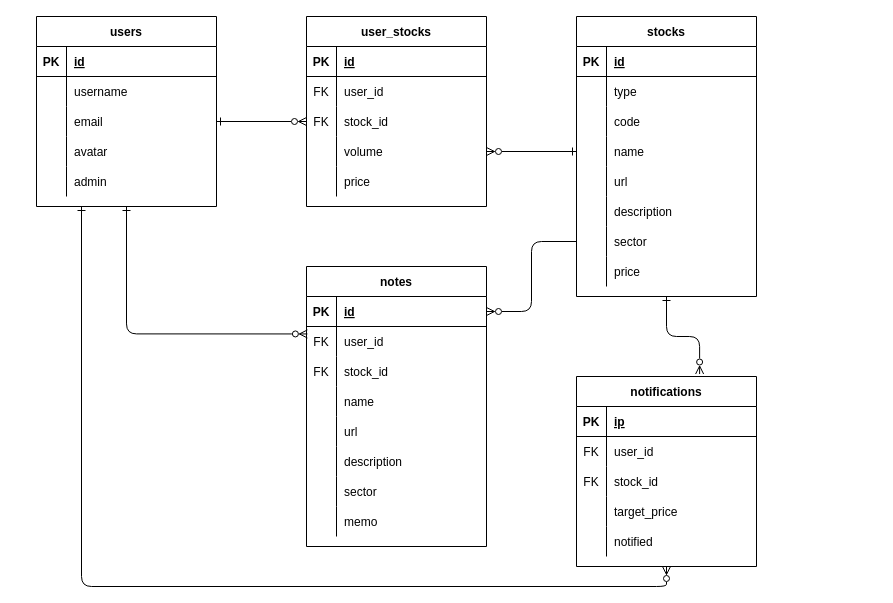
miya-ichi/TIL keeps this draw.io diagram as ポートフォリオ案/104note.drawio. Above is the earlier version. Source tidied: cells renumbered, new cells numbered last; positions are measured from the earlier drawing's top-left corner, leaving out a move shared by most shapes. Both pictures are drawn from the tidied source at 100%, with x=0, y=0 at pixel (36, 16).
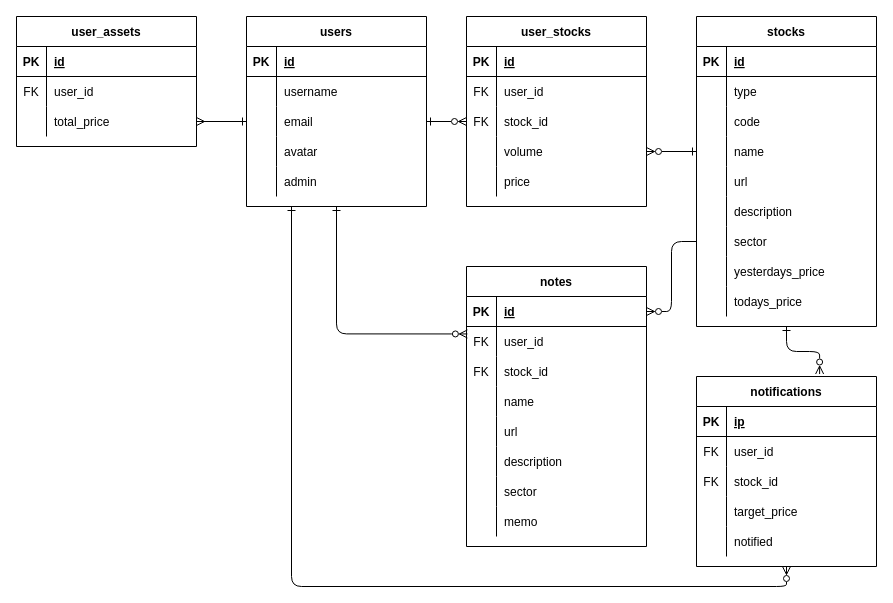
The same page after the edit.

Commit message (it also covers changes not shown here):
DB設計/エンドポイント・コントローラ設計を修正

Unchanged cells that the change refers to:
```xml
<mxCell id="11" style="shape=partialRectangle;fillColor=none;top=0;left=0;bottom=0;right=0;points=[[0,0.5],[1,0.5]];portConstraint=eastwest;fontSize=12;" parent="4" vertex="1">
  <mxGeometry y="90" width="180" height="30" as="geometry" />
</mxCell>
<mxCell id="43" style="shape=partialRectangle;fillColor=none;top=0;left=0;bottom=0;right=0;fontSize=12;" parent="21" vertex="1">
  <mxGeometry y="240" width="180" height="30" as="geometry" />
</mxCell>
```

Diff of the diagram source:
```diff
@@
     <mxCell id="3" style="edgeStyle=orthogonalEdgeStyle;html=1;exitX=0.25;exitY=1;exitDx=0;exitDy=0;entryX=0.5;entryY=1;entryDx=0;entryDy=0;fontSize=12;startArrow=ERone;startFill=0;endArrow=ERzeroToMany;endFill=0;strokeColor=default;" parent="1" edge="1" source="4" target="87">
       <mxGeometry relative="1" as="geometry">
         <Array as="points">
-          <mxPoint x="45" y="570" />
-          <mxPoint x="630" y="570" />
+          <mxPoint x="255" y="570" />
+          <mxPoint x="750" y="570" />
         </Array>
       </mxGeometry>
     </mxCell>
     <mxCell id="4" value="users" style="shape=table;startSize=30;childLayout=tableLayout;rowLines=0;fontStyle=1;align=center;fontSize=12;" parent="1" vertex="1">
-      <mxGeometry width="180" height="190" as="geometry" />
+      <mxGeometry x="210" width="180" height="190" as="geometry" />
     </mxCell>
@@
     <mxCell id="21" value="stocks" style="shape=table;startSize=30;childLayout=tableLayout;rowLines=0;fontStyle=1;align=center;fontSize=12;" parent="1" vertex="1">
-      <mxGeometry x="540" width="180" height="280" as="geometry" />
+      <mxGeometry x="660" width="180" height="310" as="geometry" />
     </mxCell>
@@
-    <mxCell id="44" style="shape=partialRectangle;fillColor=none;top=0;left=0;bottom=0;right=0;overflow=hidden;fontSize=12;" parent="43" vertex="1">
-      <mxGeometry width="30" height="30" as="geometry" />
-    </mxCell>
-    <mxCell id="45" value="price" style="shape=partialRectangle;fillColor=none;top=0;left=0;bottom=0;right=0;align=left;spacingLeft=6;overflow=hidden;fontSize=12;" parent="43" vertex="1">
-      <mxGeometry x="30" width="150" height="30" as="geometry" />
-    </mxCell>
+    <mxCell id="106" style="shape=partialRectangle;fillColor=none;top=0;left=0;bottom=0;right=0;overflow=hidden;fontSize=12;" parent="43" vertex="1">
+      <mxGeometry width="30" height="30" as="geometry" />
+    </mxCell>
+    <mxCell id="107" value="yesterdays_price" style="shape=partialRectangle;fillColor=none;top=0;left=0;bottom=0;right=0;align=left;spacingLeft=6;overflow=hidden;fontSize=12;" parent="43" vertex="1">
+      <mxGeometry x="30" width="150" height="30" as="geometry" />
+    </mxCell>
+    <mxCell id="108" style="shape=partialRectangle;fillColor=none;top=0;left=0;bottom=0;right=0;fontSize=12;" parent="21" vertex="1">
+      <mxGeometry y="270" width="180" height="30" as="geometry" />
+    </mxCell>
+    <mxCell id="109" style="shape=partialRectangle;fillColor=none;top=0;left=0;bottom=0;right=0;overflow=hidden;fontSize=12;" parent="108" vertex="1">
+      <mxGeometry width="30" height="30" as="geometry" />
+    </mxCell>
+    <mxCell id="110" value="todays_price" style="shape=partialRectangle;fillColor=none;top=0;left=0;bottom=0;right=0;align=left;spacingLeft=6;overflow=hidden;fontSize=12;" parent="108" vertex="1">
+      <mxGeometry x="30" width="150" height="30" as="geometry" />
+    </mxCell>
     <mxCell id="46" value="user_stocks" style="shape=table;startSize=30;childLayout=tableLayout;rowLines=0;fontStyle=1;align=center;fontSize=12;" parent="1" vertex="1">
-      <mxGeometry x="270" width="180" height="190" as="geometry" />
+      <mxGeometry x="430" width="180" height="190" as="geometry" />
     </mxCell>
@@
     <mxCell id="62" value="notes" style="shape=table;startSize=30;childLayout=tableLayout;rowLines=0;fontStyle=1;align=center;fontSize=12;" parent="1" vertex="1">
-      <mxGeometry x="270" y="250" width="180" height="280" as="geometry" />
+      <mxGeometry x="430" y="250" width="180" height="280" as="geometry" />
     </mxCell>
@@
     <mxCell id="87" value="notifications" style="shape=table;startSize=30;childLayout=tableLayout;rowLines=0;fontStyle=1;align=center;fontSize=12;" parent="1" vertex="1">
-      <mxGeometry x="540" y="360" width="180" height="190" as="geometry" />
+      <mxGeometry x="660" y="360" width="180" height="190" as="geometry" />
     </mxCell>
@@
+    <mxCell id="111" value="user_assets" style="shape=table;startSize=30;childLayout=tableLayout;rowLines=0;fontStyle=1;align=center;fontSize=12;" parent="1" vertex="1">
+      <mxGeometry x="-20" width="180" height="130" as="geometry" />
+    </mxCell>
+    <mxCell id="112" style="shape=partialRectangle;fillColor=none;top=0;left=0;bottom=1;right=0;fontSize=12;" parent="111" vertex="1">
+      <mxGeometry y="30" width="180" height="30" as="geometry" />
+    </mxCell>
+    <mxCell id="113" value="PK" style="shape=partialRectangle;fillColor=none;top=0;left=0;bottom=0;right=0;fontStyle=1;overflow=hidden;fontSize=12;" parent="112" vertex="1">
+      <mxGeometry width="30" height="30" as="geometry" />
+    </mxCell>
+    <mxCell id="114" value="id" style="shape=partialRectangle;fillColor=none;top=0;left=0;bottom=0;right=0;align=left;spacingLeft=6;fontStyle=5;overflow=hidden;fontSize=12;" parent="112" vertex="1">
+      <mxGeometry x="30" width="150" height="30" as="geometry" />
+    </mxCell>
+    <mxCell id="115" style="shape=partialRectangle;fillColor=none;top=0;left=0;bottom=0;right=0;fontSize=12;" parent="111" vertex="1">
+      <mxGeometry y="60" width="180" height="30" as="geometry" />
+    </mxCell>
+    <mxCell id="116" value="FK" style="shape=partialRectangle;fillColor=none;top=0;left=0;bottom=0;right=0;overflow=hidden;fontSize=12;" parent="115" vertex="1">
+      <mxGeometry width="30" height="30" as="geometry" />
+    </mxCell>
+    <mxCell id="117" value="user_id" style="shape=partialRectangle;fillColor=none;top=0;left=0;bottom=0;right=0;align=left;spacingLeft=6;overflow=hidden;fontSize=12;" parent="115" vertex="1">
+      <mxGeometry x="30" width="150" height="30" as="geometry" />
+    </mxCell>
+    <mxCell id="118" style="shape=partialRectangle;fillColor=none;top=0;left=0;bottom=0;right=0;points=[[0,0.5],[1,0.5]];portConstraint=eastwest;fontSize=12;" parent="111" vertex="1">
+      <mxGeometry y="90" width="180" height="30" as="geometry" />
+    </mxCell>
+    <mxCell id="119" style="shape=partialRectangle;fillColor=none;top=0;left=0;bottom=0;right=0;overflow=hidden;fontSize=12;" parent="118" vertex="1">
+      <mxGeometry width="30" height="30" as="geometry" />
+    </mxCell>
+    <mxCell id="120" value="total_price" style="shape=partialRectangle;fillColor=none;top=0;left=0;bottom=0;right=0;align=left;spacingLeft=6;overflow=hidden;fontSize=12;" parent="118" vertex="1">
+      <mxGeometry x="30" width="150" height="30" as="geometry" />
+    </mxCell>
+    <mxCell id="121" style="edgeStyle=none;html=1;endArrow=ERmany;endFill=0;startArrow=ERone;startFill=0;" parent="1" edge="1" source="11" target="118">
+      <mxGeometry relative="1" as="geometry" />
+    </mxCell>
```
